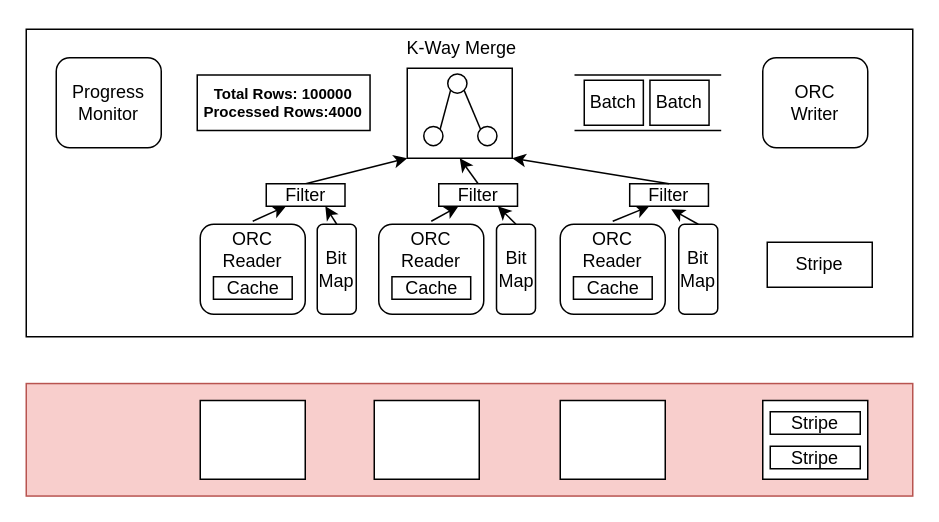
Blueratzxk/fileServer keeps this draw.io diagram as faas.drawio. Above is the earlier version. Source tidied: cells renumbered, new cells numbered last; positions are measured from the earlier drawing's top-left corner, leaving out a move shared by most shapes. Both pictures are drawn from the tidied source at 150%, with x=0, y=0 at pixel (26, 26). Pictures stored in the file or linked from it are replaced by grey dashed boxes.
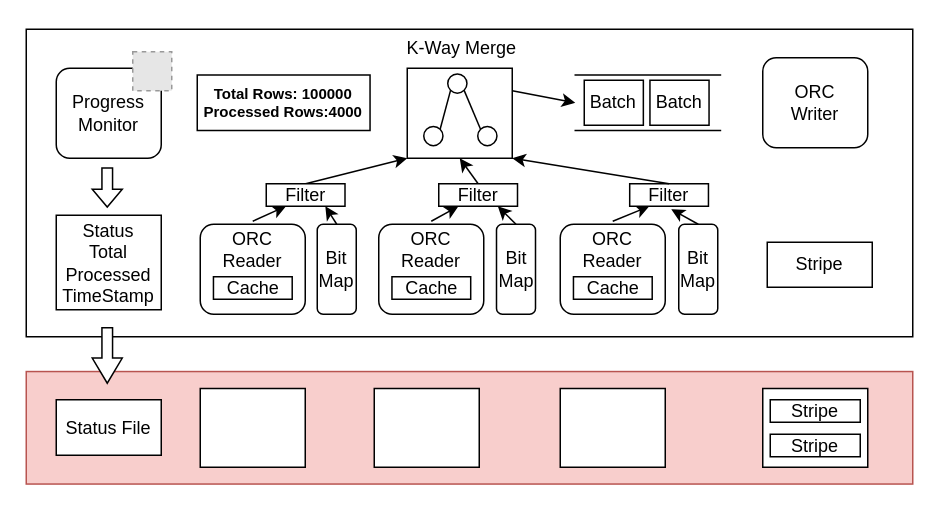
The same page after the edit.

The change refers to these unchanged cells:
```xml
<mxCell id="26" style="rounded=0;whiteSpace=wrap;html=1;" parent="25" vertex="1">
  <mxGeometry width="70" height="60" as="geometry" />
</mxCell>
<mxCell id="38" style="shape=partialRectangle;whiteSpace=wrap;html=1;left=0;right=0;fillColor=none;" parent="36" vertex="1">
  <mxGeometry x="1.2" y="-24.5" width="96.8" height="37" as="geometry" />
</mxCell>
```

Change to the diagram source:
```diff
@@
     <mxCell id="2" style="rounded=0;whiteSpace=wrap;html=1;fillColor=#f8cecc;strokeColor=#b85450;" parent="1" vertex="1">
-      <mxGeometry y="238.2" width="591" height="75" as="geometry" />
+      <mxGeometry y="230.2" width="591" height="75" as="geometry" />
     </mxCell>
     <mxCell id="3" style="rounded=0;whiteSpace=wrap;html=1;" parent="1" vertex="1">
-      <mxGeometry x="116" y="249.5" width="70" height="52.5" as="geometry" />
+      <mxGeometry x="116" y="241.5" width="70" height="52.5" as="geometry" />
     </mxCell>
     <mxCell id="4" style="rounded=0;whiteSpace=wrap;html=1;" parent="1" vertex="1">
-      <mxGeometry x="232" y="249.5" width="70" height="52.5" as="geometry" />
+      <mxGeometry x="232" y="241.5" width="70" height="52.5" as="geometry" />
     </mxCell>
     <mxCell id="5" style="rounded=0;whiteSpace=wrap;html=1;" parent="1" vertex="1">
-      <mxGeometry x="356" y="249.5" width="70" height="52.5" as="geometry" />
+      <mxGeometry x="356" y="241.5" width="70" height="52.5" as="geometry" />
     </mxCell>
@@
     <mxCell id="42" style="rounded=0;whiteSpace=wrap;html=1;" parent="1" vertex="1">
-      <mxGeometry x="491" y="249.5" width="70" height="52.5" as="geometry" />
+      <mxGeometry x="491" y="241.5" width="70" height="52.5" as="geometry" />
     </mxCell>
     <mxCell id="43" value="Stripe" style="rounded=0;whiteSpace=wrap;html=1;" parent="1" vertex="1">
-      <mxGeometry x="496" y="257" width="60" height="15" as="geometry" />
+      <mxGeometry x="496" y="249" width="60" height="15" as="geometry" />
     </mxCell>
     <mxCell id="44" value="Stripe" style="rounded=0;whiteSpace=wrap;html=1;" parent="1" vertex="1">
-      <mxGeometry x="496" y="280" width="60" height="15" as="geometry" />
+      <mxGeometry x="496" y="272" width="60" height="15" as="geometry" />
     </mxCell>
@@
     <mxCell id="49" value="Progress&lt;div&gt;Monitor&lt;/div&gt;" style="rounded=1;whiteSpace=wrap;html=1;" parent="1" vertex="1">
-      <mxGeometry x="20" y="21" width="70" height="60" as="geometry" />
+      <mxGeometry x="20" y="28" width="70" height="60" as="geometry" />
     </mxCell>
@@
+    <mxCell id="53" value="Status&lt;div&gt;Total&lt;/div&gt;&lt;div&gt;Processed&lt;/div&gt;&lt;div&gt;TimeStamp&lt;/div&gt;" style="rounded=0;whiteSpace=wrap;html=1;" parent="1" vertex="1">
+      <mxGeometry x="20" y="126" width="70" height="63" as="geometry" />
+    </mxCell>
+    <mxCell id="54" value="Status File" style="rounded=0;whiteSpace=wrap;html=1;" parent="1" vertex="1">
+      <mxGeometry x="20" y="249" width="70" height="37" as="geometry" />
+    </mxCell>
+    <mxCell id="55" style="fillColor=#E6E6E6;strokeColor=#999999;dashed=1;html=1;verticalAlign=top;verticalLabelPosition=bottom;labelBackgroundColor=#fff2cc;" parent="1" vertex="1">
+      <mxGeometry x="71" y="17" width="26" height="26" as="geometry" />
+    </mxCell>
+    <mxCell id="56" style="shape=singleArrow;direction=south;whiteSpace=wrap;html=1;arrowWidth=0.3538466233473558;arrowSize=0.4533331008184524;" parent="1" vertex="1">
+      <mxGeometry x="44" y="94.5" width="20" height="26" as="geometry" />
+    </mxCell>
+    <mxCell id="57" style="shape=singleArrow;direction=south;whiteSpace=wrap;html=1;arrowWidth=0.3538466233473558;arrowSize=0.4533331008184524;" parent="1" vertex="1">
+      <mxGeometry x="44" y="201" width="20" height="37" as="geometry" />
+    </mxCell>
+    <mxCell id="58" style="rounded=0;jettySize=auto;html=1;exitX=1;exitY=0.25;exitDx=0;exitDy=0;entryX=0;entryY=0.5;entryDx=0;entryDy=0;" parent="1" edge="1" source="26" target="38">
+      <mxGeometry relative="1" as="geometry" />
+    </mxCell>
```
